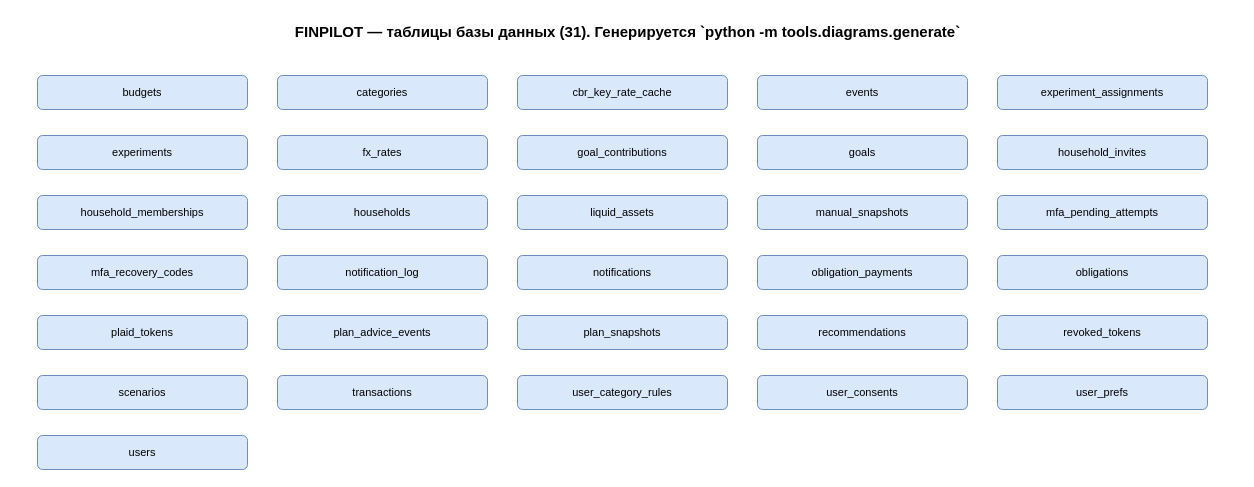
Above: docs/diagrams/10_er_database.drawio in vevdokimovm/personal-finance-dss (draw.io), before the change. Source tidied: cells renumbered, new cells numbered last; positions are measured from the earlier drawing's top-left corner, leaving out a move shared by most shapes. Both pictures are drawn from the tidied source at 100%, with x=0, y=0 at pixel (17, 17).
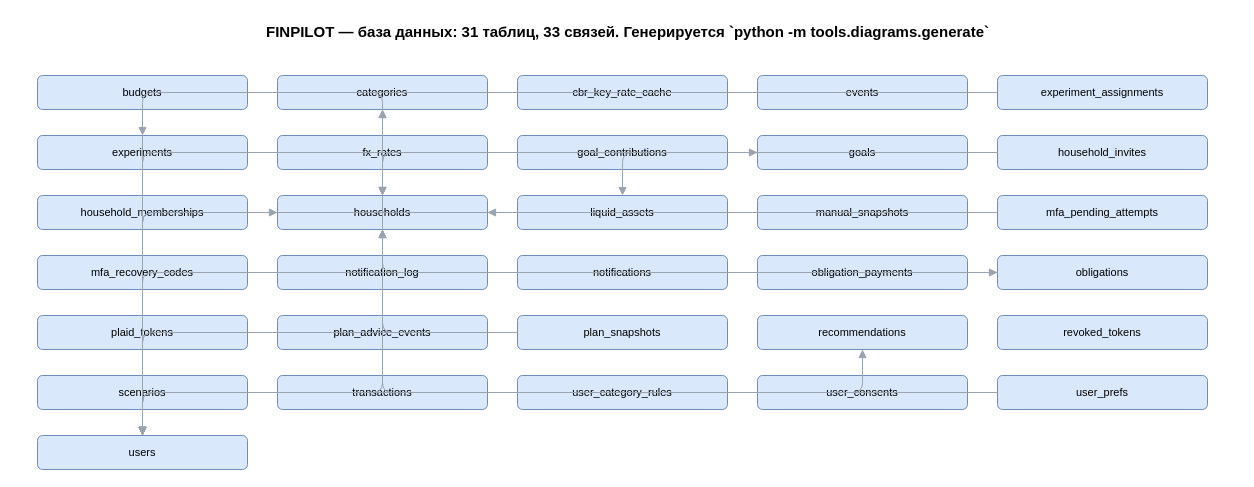
The same page after the edit.

Commit message (it also covers changes not shown here):
personal-finance-dss v9.13.24 — превью диаграмм рендерятся в проекте; ER получила связи по внешним ключам

The change refers to these unchanged cells:
```xml
<mxCell id="3" value="budgets" style="rounded=1;whiteSpace=wrap;html=1;fillColor=#dae8fc;strokeColor=#6c8ebf;fontSize=11;" parent="1" vertex="1">
  <mxGeometry x="20" y="58" width="210" height="34" as="geometry" />
</mxCell>
<mxCell id="4" value="categories" style="rounded=1;whiteSpace=wrap;html=1;fillColor=#dae8fc;strokeColor=#6c8ebf;fontSize=11;" parent="1" vertex="1">
  <mxGeometry x="260" y="58" width="210" height="34" as="geometry" />
</mxCell>
<mxCell id="7" value="experiment_assignments" style="rounded=1;whiteSpace=wrap;html=1;fillColor=#dae8fc;strokeColor=#6c8ebf;fontSize=11;" parent="1" vertex="1">
  <mxGeometry x="980" y="58" width="210" height="34" as="geometry" />
</mxCell>
<mxCell id="8" value="experiments" style="rounded=1;whiteSpace=wrap;html=1;fillColor=#dae8fc;strokeColor=#6c8ebf;fontSize=11;" parent="1" vertex="1">
  <mxGeometry x="20" y="118" width="210" height="34" as="geometry" />
</mxCell>
<mxCell id="10" value="goal_contributions" style="rounded=1;whiteSpace=wrap;html=1;fillColor=#dae8fc;strokeColor=#6c8ebf;fontSize=11;" parent="1" vertex="1">
  <mxGeometry x="500" y="118" width="210" height="34" as="geometry" />
</mxCell>
<mxCell id="11" value="goals" style="rounded=1;whiteSpace=wrap;html=1;fillColor=#dae8fc;strokeColor=#6c8ebf;fontSize=11;" parent="1" vertex="1">
  <mxGeometry x="740" y="118" width="210" height="34" as="geometry" />
</mxCell>
<mxCell id="12" value="household_invites" style="rounded=1;whiteSpace=wrap;html=1;fillColor=#dae8fc;strokeColor=#6c8ebf;fontSize=11;" parent="1" vertex="1">
  <mxGeometry x="980" y="118" width="210" height="34" as="geometry" />
</mxCell>
<mxCell id="13" value="household_memberships" style="rounded=1;whiteSpace=wrap;html=1;fillColor=#dae8fc;strokeColor=#6c8ebf;fontSize=11;" parent="1" vertex="1">
  <mxGeometry x="20" y="178" width="210" height="34" as="geometry" />
</mxCell>
<mxCell id="14" value="households" style="rounded=1;whiteSpace=wrap;html=1;fillColor=#dae8fc;strokeColor=#6c8ebf;fontSize=11;" parent="1" vertex="1">
  <mxGeometry x="260" y="178" width="210" height="34" as="geometry" />
</mxCell>
<mxCell id="15" value="liquid_assets" style="rounded=1;whiteSpace=wrap;html=1;fillColor=#dae8fc;strokeColor=#6c8ebf;fontSize=11;" parent="1" vertex="1">
  <mxGeometry x="500" y="178" width="210" height="34" as="geometry" />
</mxCell>
<mxCell id="17" value="mfa_pending_attempts" style="rounded=1;whiteSpace=wrap;html=1;fillColor=#dae8fc;strokeColor=#6c8ebf;fontSize=11;" parent="1" vertex="1">
  <mxGeometry x="980" y="178" width="210" height="34" as="geometry" />
</mxCell>
<mxCell id="18" value="mfa_recovery_codes" style="rounded=1;whiteSpace=wrap;html=1;fillColor=#dae8fc;strokeColor=#6c8ebf;fontSize=11;" parent="1" vertex="1">
  <mxGeometry x="20" y="238" width="210" height="34" as="geometry" />
</mxCell>
<mxCell id="21" value="obligation_payments" style="rounded=1;whiteSpace=wrap;html=1;fillColor=#dae8fc;strokeColor=#6c8ebf;fontSize=11;" parent="1" vertex="1">
  <mxGeometry x="740" y="238" width="210" height="34" as="geometry" />
</mxCell>
<mxCell id="22" value="obligations" style="rounded=1;whiteSpace=wrap;html=1;fillColor=#dae8fc;strokeColor=#6c8ebf;fontSize=11;" parent="1" vertex="1">
  <mxGeometry x="980" y="238" width="210" height="34" as="geometry" />
</mxCell>
<mxCell id="23" value="plaid_tokens" style="rounded=1;whiteSpace=wrap;html=1;fillColor=#dae8fc;strokeColor=#6c8ebf;fontSize=11;" parent="1" vertex="1">
  <mxGeometry x="20" y="298" width="210" height="34" as="geometry" />
</mxCell>
<mxCell id="24" value="plan_advice_events" style="rounded=1;whiteSpace=wrap;html=1;fillColor=#dae8fc;strokeColor=#6c8ebf;fontSize=11;" parent="1" vertex="1">
  <mxGeometry x="260" y="298" width="210" height="34" as="geometry" />
</mxCell>
<mxCell id="25" value="plan_snapshots" style="rounded=1;whiteSpace=wrap;html=1;fillColor=#dae8fc;strokeColor=#6c8ebf;fontSize=11;" parent="1" vertex="1">
  <mxGeometry x="500" y="298" width="210" height="34" as="geometry" />
</mxCell>
<mxCell id="26" value="recommendations" style="rounded=1;whiteSpace=wrap;html=1;fillColor=#dae8fc;strokeColor=#6c8ebf;fontSize=11;" parent="1" vertex="1">
  <mxGeometry x="740" y="298" width="210" height="34" as="geometry" />
</mxCell>
<mxCell id="28" value="scenarios" style="rounded=1;whiteSpace=wrap;html=1;fillColor=#dae8fc;strokeColor=#6c8ebf;fontSize=11;" parent="1" vertex="1">
  <mxGeometry x="20" y="358" width="210" height="34" as="geometry" />
</mxCell>
<mxCell id="29" value="transactions" style="rounded=1;whiteSpace=wrap;html=1;fillColor=#dae8fc;strokeColor=#6c8ebf;fontSize=11;" parent="1" vertex="1">
  <mxGeometry x="260" y="358" width="210" height="34" as="geometry" />
</mxCell>
<mxCell id="30" value="user_category_rules" style="rounded=1;whiteSpace=wrap;html=1;fillColor=#dae8fc;strokeColor=#6c8ebf;fontSize=11;" parent="1" vertex="1">
  <mxGeometry x="500" y="358" width="210" height="34" as="geometry" />
</mxCell>
<mxCell id="31" value="user_consents" style="rounded=1;whiteSpace=wrap;html=1;fillColor=#dae8fc;strokeColor=#6c8ebf;fontSize=11;" parent="1" vertex="1">
  <mxGeometry x="740" y="358" width="210" height="34" as="geometry" />
</mxCell>
<mxCell id="32" value="user_prefs" style="rounded=1;whiteSpace=wrap;html=1;fillColor=#dae8fc;strokeColor=#6c8ebf;fontSize=11;" parent="1" vertex="1">
  <mxGeometry x="980" y="358" width="210" height="34" as="geometry" />
</mxCell>
<mxCell id="33" value="users" style="rounded=1;whiteSpace=wrap;html=1;fillColor=#dae8fc;strokeColor=#6c8ebf;fontSize=11;" parent="1" vertex="1">
  <mxGeometry x="20" y="418" width="210" height="34" as="geometry" />
</mxCell>
```

The edit, as a diff of the source:
```diff
@@
-    <mxCell id="2" value="FINPILOT — таблицы базы данных (31). Генерируется `python -m tools.diagrams.generate`" style="text;html=1;strokeColor=none;fillColor=none;align=center;verticalAlign=middle;fontSize=15;fontStyle=1;" parent="1" vertex="1">
+    <mxCell id="2" value="FINPILOT — база данных: 31 таблиц, 33 связей. Генерируется `python -m tools.diagrams.generate`" style="text;html=1;strokeColor=none;fillColor=none;align=center;verticalAlign=middle;fontSize=15;fontStyle=1;" parent="1" vertex="1">
       <mxGeometry width="1220" height="28" as="geometry" />
     </mxCell>
@@
+    <mxCell id="34" style="edgeStyle=orthogonalEdgeStyle;rounded=1;html=1;strokeColor=#9aa4b1;endArrow=block;endFill=1;fontSize=9;" parent="1" edge="1" source="3" target="14">
+      <mxGeometry relative="1" as="geometry" />
+    </mxCell>
+    <mxCell id="35" style="edgeStyle=orthogonalEdgeStyle;rounded=1;html=1;strokeColor=#9aa4b1;endArrow=block;endFill=1;fontSize=9;" parent="1" edge="1" source="3" target="33">
+      <mxGeometry relative="1" as="geometry" />
+    </mxCell>
+    <mxCell id="36" style="edgeStyle=orthogonalEdgeStyle;rounded=1;html=1;strokeColor=#9aa4b1;endArrow=block;endFill=1;fontSize=9;" parent="1" edge="1" source="7" target="8">
+      <mxGeometry relative="1" as="geometry" />
+    </mxCell>
+    <mxCell id="37" style="edgeStyle=orthogonalEdgeStyle;rounded=1;html=1;strokeColor=#9aa4b1;endArrow=block;endFill=1;fontSize=9;" parent="1" edge="1" source="10" target="11">
+      <mxGeometry relative="1" as="geometry" />
+    </mxCell>
+    <mxCell id="38" style="edgeStyle=orthogonalEdgeStyle;rounded=1;html=1;strokeColor=#9aa4b1;endArrow=block;endFill=1;fontSize=9;" parent="1" edge="1" source="11" target="14">
+      <mxGeometry relative="1" as="geometry" />
+    </mxCell>
+    <mxCell id="39" style="edgeStyle=orthogonalEdgeStyle;rounded=1;html=1;strokeColor=#9aa4b1;endArrow=block;endFill=1;fontSize=9;" parent="1" edge="1" source="11" target="15">
+      <mxGeometry relative="1" as="geometry" />
+    </mxCell>
+    <mxCell id="40" style="edgeStyle=orthogonalEdgeStyle;rounded=1;html=1;strokeColor=#9aa4b1;endArrow=block;endFill=1;fontSize=9;" parent="1" edge="1" source="11" target="33">
+      <mxGeometry relative="1" as="geometry" />
+    </mxCell>
+    <mxCell id="41" style="edgeStyle=orthogonalEdgeStyle;rounded=1;html=1;strokeColor=#9aa4b1;endArrow=block;endFill=1;fontSize=9;" parent="1" edge="1" source="12" target="14">
+      <mxGeometry relative="1" as="geometry" />
+    </mxCell>
+    <mxCell id="42" style="edgeStyle=orthogonalEdgeStyle;rounded=1;html=1;strokeColor=#9aa4b1;endArrow=block;endFill=1;fontSize=9;" parent="1" edge="1" source="12" target="33">
+      <mxGeometry relative="1" as="geometry" />
+    </mxCell>
+    <mxCell id="43" style="edgeStyle=orthogonalEdgeStyle;rounded=1;html=1;strokeColor=#9aa4b1;endArrow=block;endFill=1;fontSize=9;" parent="1" edge="1" source="13" target="14">
+      <mxGeometry relative="1" as="geometry" />
+    </mxCell>
+    <mxCell id="44" style="edgeStyle=orthogonalEdgeStyle;rounded=1;html=1;strokeColor=#9aa4b1;endArrow=block;endFill=1;fontSize=9;" parent="1" edge="1" source="13" target="33">
+      <mxGeometry relative="1" as="geometry" />
+    </mxCell>
+    <mxCell id="45" style="edgeStyle=orthogonalEdgeStyle;rounded=1;html=1;strokeColor=#9aa4b1;endArrow=block;endFill=1;fontSize=9;" parent="1" edge="1" source="14" target="33">
+      <mxGeometry relative="1" as="geometry" />
+    </mxCell>
+    <mxCell id="46" style="edgeStyle=orthogonalEdgeStyle;rounded=1;html=1;strokeColor=#9aa4b1;endArrow=block;endFill=1;fontSize=9;" parent="1" edge="1" source="15" target="14">
+      <mxGeometry relative="1" as="geometry" />
+    </mxCell>
+    <mxCell id="47" style="edgeStyle=orthogonalEdgeStyle;rounded=1;html=1;strokeColor=#9aa4b1;endArrow=block;endFill=1;fontSize=9;" parent="1" edge="1" source="15" target="33">
+      <mxGeometry relative="1" as="geometry" />
+    </mxCell>
+    <mxCell id="48" style="edgeStyle=orthogonalEdgeStyle;rounded=1;html=1;strokeColor=#9aa4b1;endArrow=block;endFill=1;fontSize=9;" parent="1" edge="1" source="17" target="33">
+      <mxGeometry relative="1" as="geometry" />
+    </mxCell>
+    <mxCell id="49" style="edgeStyle=orthogonalEdgeStyle;rounded=1;html=1;strokeColor=#9aa4b1;endArrow=block;endFill=1;fontSize=9;" parent="1" edge="1" source="18" target="33">
+      <mxGeometry relative="1" as="geometry" />
+    </mxCell>
+    <mxCell id="50" style="edgeStyle=orthogonalEdgeStyle;rounded=1;html=1;strokeColor=#9aa4b1;endArrow=block;endFill=1;fontSize=9;" parent="1" edge="1" source="21" target="22">
+      <mxGeometry relative="1" as="geometry" />
+    </mxCell>
+    <mxCell id="51" style="edgeStyle=orthogonalEdgeStyle;rounded=1;html=1;strokeColor=#9aa4b1;endArrow=block;endFill=1;fontSize=9;" parent="1" edge="1" source="22" target="14">
+      <mxGeometry relative="1" as="geometry" />
+    </mxCell>
+    <mxCell id="52" style="edgeStyle=orthogonalEdgeStyle;rounded=1;html=1;strokeColor=#9aa4b1;endArrow=block;endFill=1;fontSize=9;" parent="1" edge="1" source="22" target="33">
+      <mxGeometry relative="1" as="geometry" />
+    </mxCell>
+    <mxCell id="53" style="edgeStyle=orthogonalEdgeStyle;rounded=1;html=1;strokeColor=#9aa4b1;endArrow=block;endFill=1;fontSize=9;" parent="1" edge="1" source="23" target="33">
+      <mxGeometry relative="1" as="geometry" />
+    </mxCell>
+    <mxCell id="54" style="edgeStyle=orthogonalEdgeStyle;rounded=1;html=1;strokeColor=#9aa4b1;endArrow=block;endFill=1;fontSize=9;" parent="1" edge="1" source="24" target="33">
+      <mxGeometry relative="1" as="geometry" />
+    </mxCell>
+    <mxCell id="55" style="edgeStyle=orthogonalEdgeStyle;rounded=1;html=1;strokeColor=#9aa4b1;endArrow=block;endFill=1;fontSize=9;" parent="1" edge="1" source="25" target="14">
+      <mxGeometry relative="1" as="geometry" />
+    </mxCell>
+    <mxCell id="56" style="edgeStyle=orthogonalEdgeStyle;rounded=1;html=1;strokeColor=#9aa4b1;endArrow=block;endFill=1;fontSize=9;" parent="1" edge="1" source="25" target="33">
+      <mxGeometry relative="1" as="geometry" />
+    </mxCell>
+    <mxCell id="57" style="edgeStyle=orthogonalEdgeStyle;rounded=1;html=1;strokeColor=#9aa4b1;endArrow=block;endFill=1;fontSize=9;" parent="1" edge="1" source="28" target="14">
+      <mxGeometry relative="1" as="geometry" />
+    </mxCell>
+    <mxCell id="58" style="edgeStyle=orthogonalEdgeStyle;rounded=1;html=1;strokeColor=#9aa4b1;endArrow=block;endFill=1;fontSize=9;" parent="1" edge="1" source="28" target="26">
+      <mxGeometry relative="1" as="geometry" />
+    </mxCell>
+    <mxCell id="59" style="edgeStyle=orthogonalEdgeStyle;rounded=1;html=1;strokeColor=#9aa4b1;endArrow=block;endFill=1;fontSize=9;" parent="1" edge="1" source="28" target="33">
+      <mxGeometry relative="1" as="geometry" />
+    </mxCell>
+    <mxCell id="60" style="edgeStyle=orthogonalEdgeStyle;rounded=1;html=1;strokeColor=#9aa4b1;endArrow=block;endFill=1;fontSize=9;" parent="1" edge="1" source="29" target="4">
+      <mxGeometry relative="1" as="geometry" />
+    </mxCell>
+    <mxCell id="61" style="edgeStyle=orthogonalEdgeStyle;rounded=1;html=1;strokeColor=#9aa4b1;endArrow=block;endFill=1;fontSize=9;" parent="1" edge="1" source="29" target="14">
+      <mxGeometry relative="1" as="geometry" />
+    </mxCell>
+    <mxCell id="62" style="edgeStyle=orthogonalEdgeStyle;rounded=1;html=1;strokeColor=#9aa4b1;endArrow=block;endFill=1;fontSize=9;" parent="1" edge="1" source="29" target="33">
+      <mxGeometry relative="1" as="geometry" />
+    </mxCell>
+    <mxCell id="63" style="edgeStyle=orthogonalEdgeStyle;rounded=1;html=1;strokeColor=#9aa4b1;endArrow=block;endFill=1;fontSize=9;" parent="1" edge="1" source="30" target="4">
+      <mxGeometry relative="1" as="geometry" />
+    </mxCell>
+    <mxCell id="64" style="edgeStyle=orthogonalEdgeStyle;rounded=1;html=1;strokeColor=#9aa4b1;endArrow=block;endFill=1;fontSize=9;" parent="1" edge="1" source="30" target="33">
+      <mxGeometry relative="1" as="geometry" />
+    </mxCell>
+    <mxCell id="65" style="edgeStyle=orthogonalEdgeStyle;rounded=1;html=1;strokeColor=#9aa4b1;endArrow=block;endFill=1;fontSize=9;" parent="1" edge="1" source="31" target="33">
+      <mxGeometry relative="1" as="geometry" />
+    </mxCell>
+    <mxCell id="66" style="edgeStyle=orthogonalEdgeStyle;rounded=1;html=1;strokeColor=#9aa4b1;endArrow=block;endFill=1;fontSize=9;" parent="1" edge="1" source="32" target="33">
+      <mxGeometry relative="1" as="geometry" />
+    </mxCell>
```
